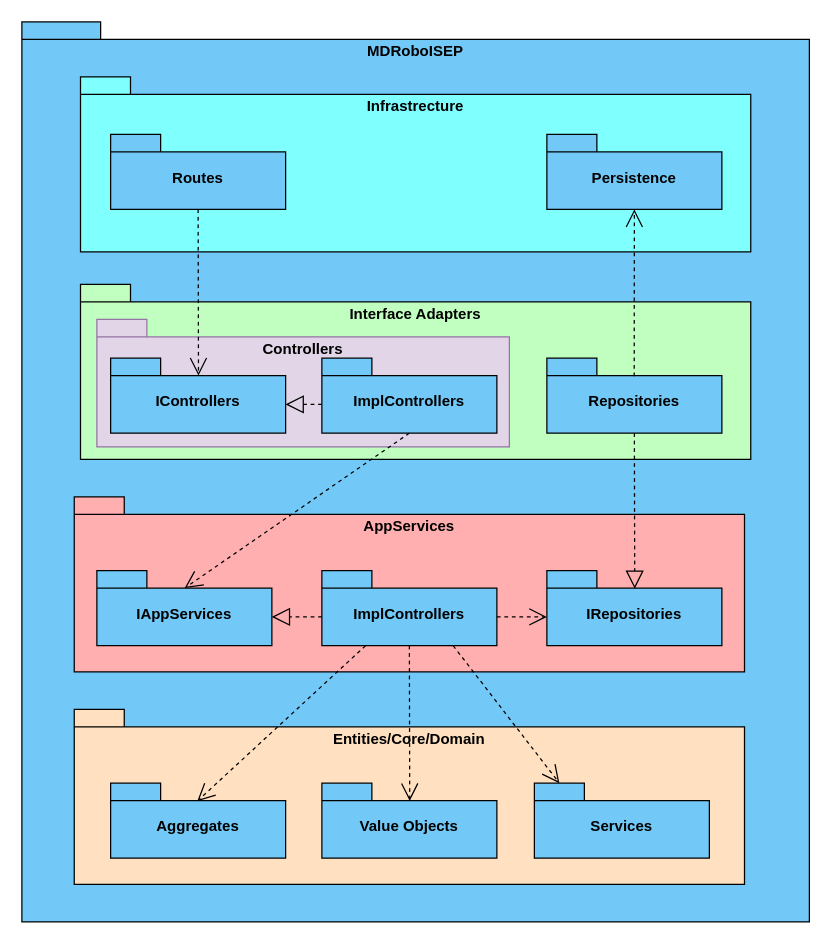
SEM5PI2324G58/sem5pi_g58_23_24 keeps this draw.io diagram as docs/N3/VI.drawio. Above is the earlier version. Source tidied: cells renumbered, new cells numbered last; positions are measured from the earlier drawing's top-left corner, leaving out a move shared by most shapes. Both pictures are drawn from the tidied source at 125%, with x=0, y=0 at pixel (21, 21).
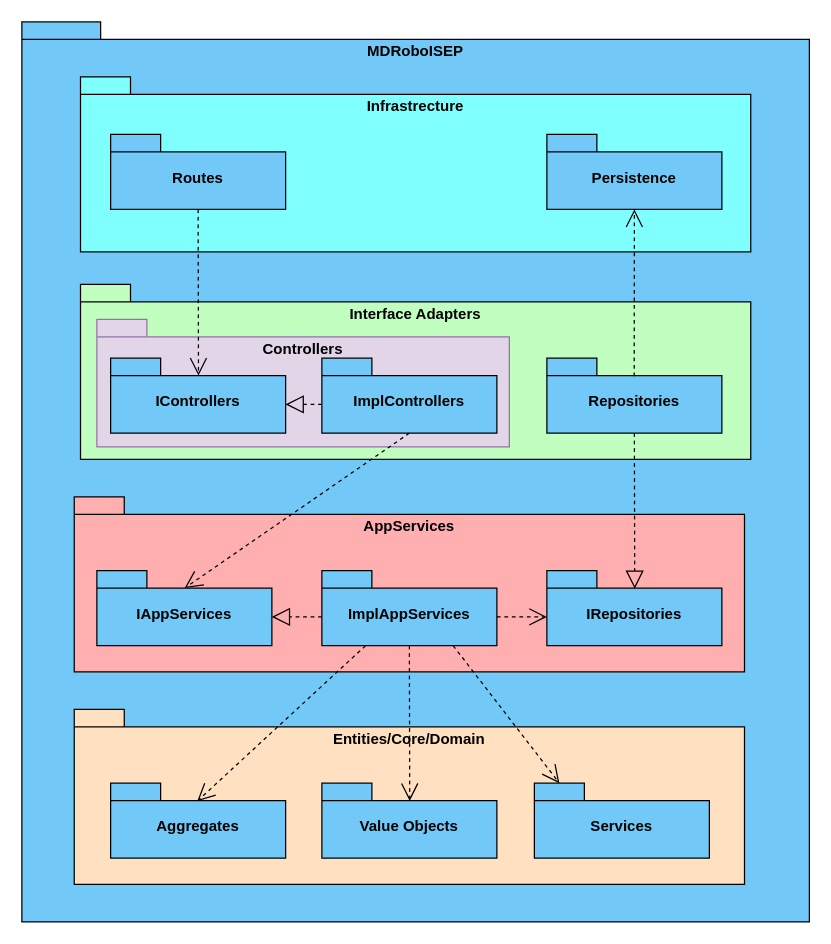
Above is the later version.

Diff of the diagram source:
```diff
@@
-    <mxCell id="14" value="ImplControllers" style="shape=folder;fontStyle=1;spacingTop=10;tabWidth=40;tabHeight=14;tabPosition=left;html=1;whiteSpace=wrap;fillColor=#72C9F7;" parent="1" vertex="1">
+    <mxCell id="14" value="ImplAppServices" style="shape=folder;fontStyle=1;spacingTop=10;tabWidth=40;tabHeight=14;tabPosition=left;html=1;whiteSpace=wrap;fillColor=#72C9F7;" parent="1" vertex="1">
       <mxGeometry x="240" y="439" width="140" height="60" as="geometry" />
     </mxCell>
```
